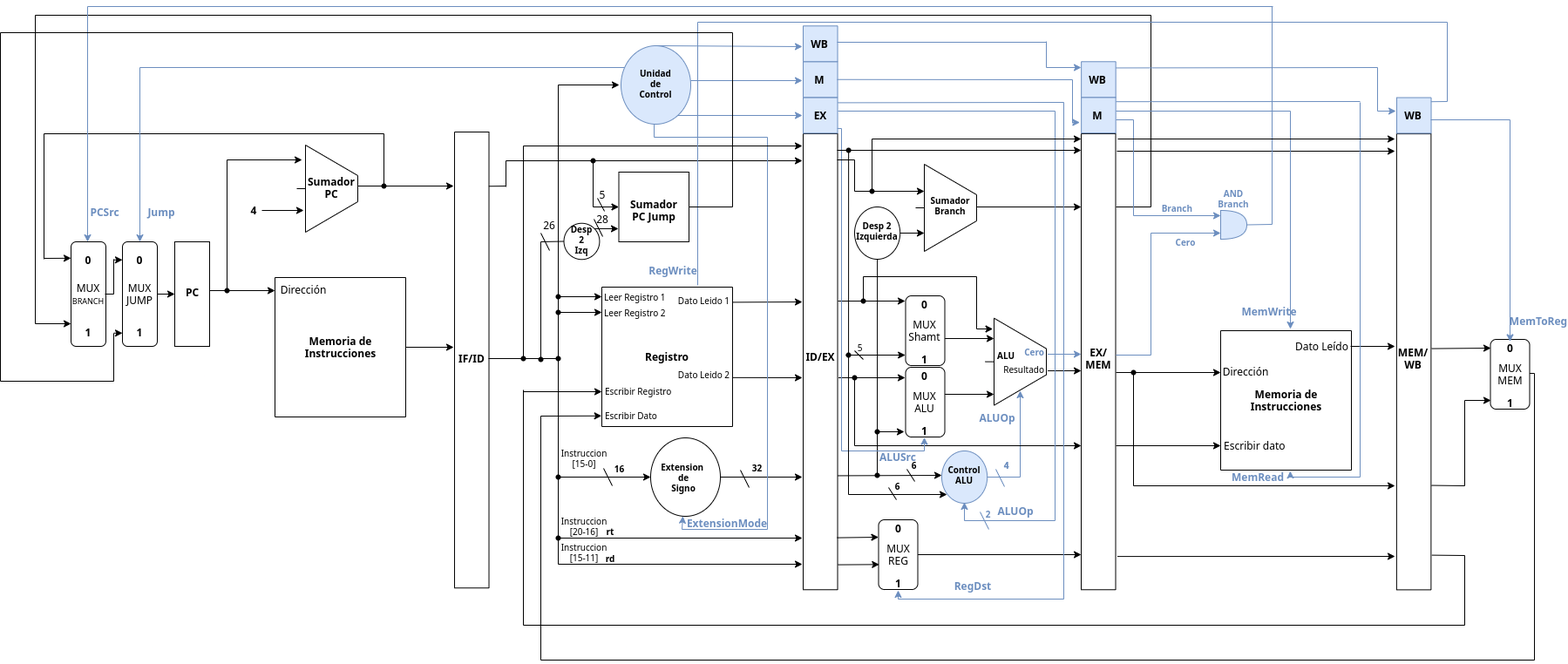
The draw.io diagram books/Arquitectura-MIPS-modificado.png in lucasblanco31/TP4-MIPS, before a commit. Source tidied: cells renumbered, new cells last; positions are measured from the earlier drawing's top-left corner, leaving out a move shared by most shapes.
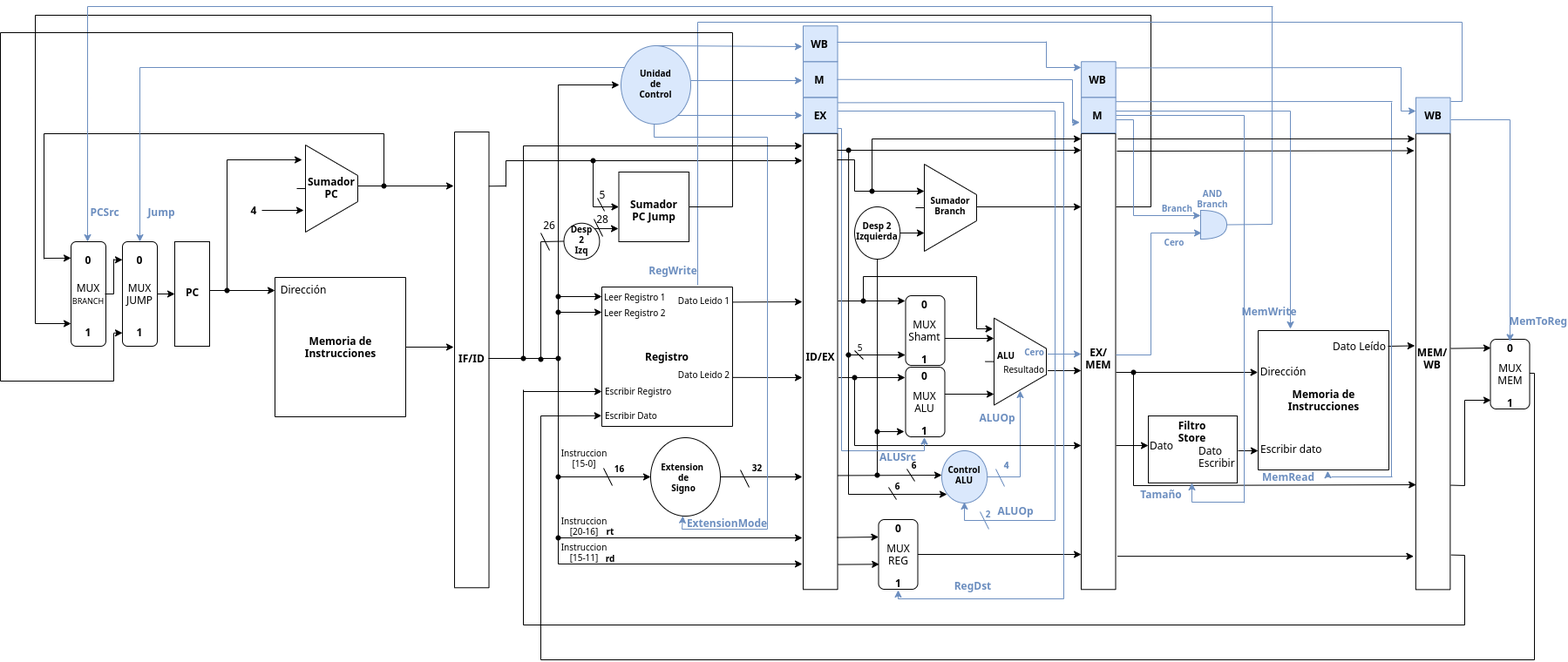
Later version of the same file.

Commit message:
Chore: se crea filtro para instrucciones load. Se agrega filtro store al diagrama de la arquitectura.

Diff of the diagram source:
```diff
@@ -465,7 +465,7 @@
       <mxGeometry x="1239.8" y="394" width="40" height="20" as="geometry" />
     </mxCell>
     <mxCell id="119" style="shape=or;whiteSpace=wrap;html=1;fontSize=10;strokeColor=#6c8ebf;fillColor=#dae8fc;align=left;" parent="1" vertex="1">
-      <mxGeometry x="1400" y="234" width="30" height="33" as="geometry" />
+      <mxGeometry x="1377" y="234" width="30" height="33" as="geometry" />
     </mxCell>
     <mxCell id="120" value="&lt;b&gt;Cero&lt;/b&gt;" style="text;html=1;strokeColor=none;fillColor=none;align=right;verticalAlign=middle;whiteSpace=wrap;rounded=0;fontSize=10;fontColor=#6C8EBF;" parent="1" vertex="1">
       <mxGeometry x="1110" y="386.4" width="90" height="20" as="geometry" />
@@ -477,7 +477,7 @@
       </mxGeometry>
     </mxCell>
     <mxCell id="122" style="group;" parent="1" vertex="1">
-      <mxGeometry x="1280" y="260" width="120" height="140" as="geometry" />
+      <mxGeometry x="1280" y="260" width="129" height="140" as="geometry" />
     </mxCell>
     <mxCell id="123" style="endArrow=none;html=1;fontSize=10;fontColor=#6C8EBF;endSize=6;fillColor=#dae8fc;strokeColor=#6c8ebf;" parent="122" edge="1">
       <mxGeometry relative="1" as="geometry">
@@ -488,7 +488,7 @@
     <mxCell id="124" style="endArrow=classic;html=1;fontSize=10;fontColor=#6C8EBF;endSize=6;fillColor=#dae8fc;strokeColor=#6c8ebf;" parent="122" edge="1">
       <mxGeometry relative="1" as="geometry">
         <mxPoint x="40" as="sourcePoint" />
-        <mxPoint x="120" as="targetPoint" />
+        <mxPoint x="98" as="targetPoint" />
       </mxGeometry>
     </mxCell>
     <mxCell id="125" style="endArrow=none;html=1;fontSize=10;fontColor=#6C8EBF;endSize=6;fillColor=#dae8fc;strokeColor=#6c8ebf;" parent="122" edge="1">
@@ -498,13 +498,13 @@
       </mxGeometry>
     </mxCell>
     <mxCell id="126" value="&lt;b&gt;Cero&lt;/b&gt;" style="text;html=1;strokeColor=none;fillColor=none;align=center;verticalAlign=middle;whiteSpace=wrap;rounded=0;fontSize=10;fontColor=#6C8EBF;" parent="122" vertex="1">
-      <mxGeometry x="60" width="40" height="20" as="geometry" />
+      <mxGeometry x="47" width="40" height="20" as="geometry" />
     </mxCell>
     <mxCell id="127" value="&lt;b&gt;Branch&lt;/b&gt;" style="text;html=1;strokeColor=none;fillColor=none;align=right;verticalAlign=middle;whiteSpace=wrap;rounded=0;fontSize=10;fontColor=#6C8EBF;" parent="1" vertex="1">
       <mxGeometry x="1330" y="221" width="40" height="20" as="geometry" />
     </mxCell>
     <mxCell id="128" style="group;" parent="1" vertex="1">
-      <mxGeometry x="1395" y="377" width="160" height="150" as="geometry" />
+      <mxGeometry x="1438" y="377" width="160" height="150" as="geometry" />
     </mxCell>
     <mxCell id="129" style="rounded=0;whiteSpace=wrap;html=1;rotation=90;" parent="128" vertex="1">
       <mxGeometry width="160" height="150" as="geometry" />
@@ -518,10 +518,9 @@
     <mxCell id="132" value="Dato Leído" style="text;html=1;strokeColor=none;fillColor=none;align=right;verticalAlign=middle;whiteSpace=wrap;rounded=0;" parent="128" vertex="1">
       <mxGeometry x="83" y="3" width="71" height="20" as="geometry" />
     </mxCell>
-    <mxCell id="133" style="endArrow=classic;html=1;fontSize=10;fontColor=#6C8EBF;endSize=6;" parent="1" edge="1">
+    <mxCell id="133" style="endArrow=classic;html=1;fontSize=10;fontColor=#6C8EBF;endSize=6;entryX=0.3;entryY=1.002;entryDx=0;entryDy=0;entryPerimeter=0;" parent="1" edge="1" target="129">
       <mxGeometry relative="1" as="geometry">
         <mxPoint x="1280" y="420" as="sourcePoint" />
-        <mxPoint x="1400" y="420" as="targetPoint" />
       </mxGeometry>
     </mxCell>
     <mxCell id="134" style="endArrow=none;html=1;fontSize=10;fontColor=#6C8EBF;endSize=6;" parent="1" edge="1">
@@ -542,42 +541,38 @@
     <mxCell id="137" style="endArrow=classic;html=1;fontSize=10;fontColor=#6C8EBF;endSize=6;" parent="1" edge="1">
       <mxGeometry relative="1" as="geometry">
         <mxPoint x="1280" y="504" as="sourcePoint" />
-        <mxPoint x="1400" y="504" as="targetPoint" />
+        <mxPoint x="1317" y="504" as="targetPoint" />
       </mxGeometry>
     </mxCell>
     <mxCell id="138" value="Escribir dato" style="text;html=1;strokeColor=none;fillColor=none;align=left;verticalAlign=middle;whiteSpace=wrap;rounded=0;" parent="1" vertex="1">
-      <mxGeometry x="1402" y="494" width="81" height="20" as="geometry" />
+      <mxGeometry x="1444" y="498" width="81" height="20" as="geometry" />
     </mxCell>
     <mxCell id="139" style="rounded=0;whiteSpace=wrap;html=1;rotation=-90;" parent="1" vertex="1">
-      <mxGeometry x="1360" y="388" width="523.2" height="39.5" as="geometry" />
+      <mxGeometry x="1382" y="388" width="523.2" height="39.5" as="geometry" />
     </mxCell>
-    <mxCell id="140" style="endArrow=classic;html=1;fontSize=10;fontColor=#6C8EBF;endSize=6;exitX=1;exitY=0.5;exitDx=0;exitDy=0;" parent="1" edge="1" source="132">
-      <mxGeometry relative="1" as="geometry">
-        <mxPoint x="1600" y="390" as="targetPoint" />
-      </mxGeometry>
+    <mxCell id="140" style="endArrow=classic;html=1;fontSize=10;fontColor=#6C8EBF;endSize=6;exitX=1;exitY=0.5;exitDx=0;exitDy=0;entryX=0.535;entryY=-0.027;entryDx=0;entryDy=0;entryPerimeter=0;" parent="1" edge="1" source="132" target="139">
+      <mxGeometry relative="1" as="geometry" />
     </mxCell>
     <mxCell id="141" style="endArrow=none;html=1;fontSize=10;fontColor=#6C8EBF;endSize=6;" parent="1" edge="1" target="143">
       <mxGeometry relative="1" as="geometry">
         <mxPoint x="1300" y="550" as="sourcePoint" />
       </mxGeometry>
     </mxCell>
-    <mxCell id="142" style="endArrow=classic;html=1;fontSize=10;fontColor=#6C8EBF;endSize=6;" parent="1" edge="1">
+    <mxCell id="142" style="endArrow=classic;html=1;fontSize=10;fontColor=#6C8EBF;endSize=6;entryX=0.23;entryY=0.008;entryDx=0;entryDy=0;entryPerimeter=0;" parent="1" edge="1" target="139">
       <mxGeometry relative="1" as="geometry">
         <mxPoint x="1300" y="550" as="sourcePoint" />
-        <mxPoint x="1600" y="550" as="targetPoint" />
       </mxGeometry>
     </mxCell>
     <mxCell id="143" style="shape=waypoint;sketch=0;fillStyle=solid;size=6;points=[];fillColor=none;perimeter=centerPerimeter;snapToPoint=1;fontSize=10;fontColor=#6C8EBF;strokeColor=#000000;align=right;" parent="1" vertex="1">
       <mxGeometry x="1280" y="400" width="40" height="40" as="geometry" />
     </mxCell>
-    <mxCell id="144" style="endArrow=classic;html=1;fontSize=10;fontColor=#6C8EBF;endSize=6;exitX=0.071;exitY=1.052;exitDx=0;exitDy=0;exitPerimeter=0;" parent="1" edge="1">
+    <mxCell id="144" style="endArrow=classic;html=1;fontSize=10;fontColor=#6C8EBF;endSize=6;exitX=0.071;exitY=1.052;exitDx=0;exitDy=0;exitPerimeter=0;entryX=0.073;entryY=-0.061;entryDx=0;entryDy=0;entryPerimeter=0;" parent="1" edge="1" target="139">
       <mxGeometry relative="1" as="geometry">
         <mxPoint x="1281.6" y="631.1" as="sourcePoint" />
-        <mxPoint x="1600" y="631" as="targetPoint" />
       </mxGeometry>
     </mxCell>
     <mxCell id="145" value="&lt;b&gt;MEM/&lt;br&gt;WB&lt;br&gt;&lt;/b&gt;" style="text;html=1;strokeColor=none;fillColor=none;align=center;verticalAlign=middle;whiteSpace=wrap;rounded=0;" parent="1" vertex="1">
-      <mxGeometry x="1600.8" y="394" width="40" height="20" as="geometry" />
+      <mxGeometry x="1622.8" y="394" width="40" height="20" as="geometry" />
     </mxCell>
     <mxCell id="146" style="group;" parent="1" vertex="1">
       <mxGeometry x="1712" y="377" width="40" height="90" as="geometry" />
@@ -952,10 +947,9 @@
         <mxPoint x="1240" y="165" as="targetPoint" />
       </mxGeometry>
     </mxCell>
-    <mxCell id="222" style="endArrow=classic;html=1;fontSize=12;fontColor=#6C8EBF;endSize=6;exitX=0.935;exitY=1.038;exitDx=0;exitDy=0;exitPerimeter=0;" parent="1" edge="1">
+    <mxCell id="222" style="endArrow=classic;html=1;fontSize=12;fontColor=#6C8EBF;endSize=6;exitX=0.935;exitY=1.038;exitDx=0;exitDy=0;exitPerimeter=0;entryX=0.963;entryY=-0.047;entryDx=0;entryDy=0;entryPerimeter=0;" parent="1" edge="1" target="139">
       <mxGeometry relative="1" as="geometry">
         <mxPoint x="1281" y="166" as="sourcePoint" />
-        <mxPoint x="1600" y="166" as="targetPoint" />
       </mxGeometry>
     </mxCell>
     <mxCell id="223" style="endArrow=none;html=1;fontSize=12;fontColor=#6C8EBF;endSize=6;exitX=0.521;exitY=0.991;exitDx=0;exitDy=0;exitPerimeter=0;" parent="1" edge="1" source="224">
@@ -1002,11 +996,11 @@
     <mxCell id="232" style="endArrow=classic;html=1;fontSize=12;fontColor=#6C8EBF;endSize=6;fillColor=#dae8fc;strokeColor=#6c8ebf;" parent="1" edge="1">
       <mxGeometry relative="1" as="geometry">
         <mxPoint x="1300" y="240" as="sourcePoint" />
-        <mxPoint x="1400" y="240" as="targetPoint" />
+        <mxPoint x="1377" y="240" as="targetPoint" />
       </mxGeometry>
     </mxCell>
     <mxCell id="233" value="&lt;b&gt;AND&lt;br&gt;Branch&lt;/b&gt;" style="text;html=1;strokeColor=none;fillColor=none;align=center;verticalAlign=middle;whiteSpace=wrap;rounded=0;fontSize=10;fontColor=#6C8EBF;" parent="1" vertex="1">
-      <mxGeometry x="1395" y="210" width="40" height="20" as="geometry" />
+      <mxGeometry x="1371" y="210" width="40" height="20" as="geometry" />
     </mxCell>
     <mxCell id="234" style="endArrow=none;html=1;fontSize=12;fontColor=#6C8EBF;endSize=6;fillColor=#dae8fc;strokeColor=#6c8ebf;" parent="1" edge="1">
       <mxGeometry relative="1" as="geometry">
@@ -1086,12 +1080,12 @@
       </mxGeometry>
     </mxCell>
     <mxCell id="253" value="&lt;b&gt;MemRead&lt;/b&gt;" style="text;html=1;strokeColor=none;fillColor=none;align=center;verticalAlign=middle;whiteSpace=wrap;rounded=0;fontSize=12;fontColor=#6C8EBF;" parent="1" vertex="1">
-      <mxGeometry x="1423" y="530" width="40" height="20" as="geometry" />
+      <mxGeometry x="1458" y="530" width="40" height="20" as="geometry" />
     </mxCell>
     <mxCell id="254" style="endArrow=none;html=1;fontSize=12;fontColor=#6C8EBF;endSize=6;fillColor=#dae8fc;strokeColor=#6c8ebf;" parent="1" edge="1">
       <mxGeometry relative="1" as="geometry">
-        <mxPoint x="1560" y="540" as="sourcePoint" />
-        <mxPoint x="1560" y="110" as="targetPoint" />
+        <mxPoint x="1596" y="540" as="sourcePoint" />
+        <mxPoint x="1596" y="110" as="targetPoint" />
       </mxGeometry>
     </mxCell>
     <mxCell id="255" style="endArrow=classic;html=1;fontSize=12;fontColor=#6C8EBF;endSize=6;fillColor=#dae8fc;strokeColor=#6c8ebf;" parent="1" edge="1">
@@ -1102,49 +1096,48 @@
     </mxCell>
     <mxCell id="256" style="endArrow=none;html=1;fontSize=12;fontColor=#6C8EBF;endSize=6;exitX=0.88;exitY=1.008;exitDx=0;exitDy=0;exitPerimeter=0;fillColor=#dae8fc;strokeColor=#6c8ebf;" parent="1" edge="1" source="198">
       <mxGeometry relative="1" as="geometry">
-        <mxPoint x="1560" y="109" as="targetPoint" />
+        <mxPoint x="1597" y="109" as="targetPoint" />
       </mxGeometry>
     </mxCell>
     <mxCell id="257" style="endArrow=none;html=1;fontSize=12;fontColor=#6C8EBF;endSize=6;fillColor=#dae8fc;strokeColor=#6c8ebf;" parent="1" edge="1">
       <mxGeometry relative="1" as="geometry">
-        <mxPoint x="1480" y="540" as="sourcePoint" />
-        <mxPoint x="1560" y="540" as="targetPoint" />
+        <mxPoint x="1527" y="540" as="sourcePoint" />
+        <mxPoint x="1597" y="540" as="targetPoint" />
       </mxGeometry>
     </mxCell>
     <mxCell id="258" style="endArrow=classic;html=1;fontSize=12;fontColor=#6C8EBF;endSize=6;entryX=1.007;entryY=0.468;entryDx=0;entryDy=0;entryPerimeter=0;fillColor=#dae8fc;strokeColor=#6c8ebf;" parent="1" edge="1" target="129">
       <mxGeometry relative="1" as="geometry">
-        <mxPoint x="1480" y="540" as="sourcePoint" />
+        <mxPoint x="1523" y="540" as="sourcePoint" />
       </mxGeometry>
     </mxCell>
     <mxCell id="259" value="&lt;b&gt;MemWrite&lt;/b&gt;" style="text;html=1;strokeColor=none;fillColor=none;align=center;verticalAlign=middle;whiteSpace=wrap;rounded=0;fontSize=12;fontColor=#6C8EBF;" parent="1" vertex="1">
       <mxGeometry x="1436" y="340" width="40" height="20" as="geometry" />
     </mxCell>
     <mxCell id="260" style="rounded=0;whiteSpace=wrap;html=1;rotation=-90;fillColor=#dae8fc;strokeColor=#6c8ebf;" parent="1" vertex="1">
-      <mxGeometry x="1601.3" y="105.2" width="40.9" height="39.5" as="geometry" />
+      <mxGeometry x="1623.3" y="105.2" width="40.9" height="39.5" as="geometry" />
     </mxCell>
     <mxCell id="261" value="&lt;font color=&quot;#000000&quot; style=&quot;font-size: 12px&quot;&gt;&lt;b style=&quot;font-size: 12px&quot;&gt;WB&lt;/b&gt;&lt;/font&gt;" style="text;html=1;strokeColor=none;fillColor=none;align=center;verticalAlign=middle;whiteSpace=wrap;rounded=0;fontSize=12;fontColor=#6C8EBF;" parent="1" vertex="1">
-      <mxGeometry x="1601" y="115" width="40" height="20" as="geometry" />
+      <mxGeometry x="1624" y="115" width="40" height="20" as="geometry" />
     </mxCell>
     <mxCell id="262" style="endArrow=none;html=1;fontSize=12;fontColor=#6C8EBF;endSize=6;exitX=0.825;exitY=1;exitDx=0;exitDy=0;exitPerimeter=0;fillColor=#dae8fc;strokeColor=#6c8ebf;" parent="1" edge="1" source="199">
       <mxGeometry relative="1" as="geometry">
-        <mxPoint x="1580" y="70" as="targetPoint" />
+        <mxPoint x="1607" y="70" as="targetPoint" />
       </mxGeometry>
     </mxCell>
     <mxCell id="263" style="endArrow=none;html=1;fontSize=12;fontColor=#6C8EBF;endSize=6;fillColor=#dae8fc;strokeColor=#6c8ebf;" parent="1" edge="1">
       <mxGeometry relative="1" as="geometry">
-        <mxPoint x="1580" y="70" as="sourcePoint" />
-        <mxPoint x="1580" y="120" as="targetPoint" />
+        <mxPoint x="1607" y="70" as="sourcePoint" />
+        <mxPoint x="1607" y="120" as="targetPoint" />
       </mxGeometry>
     </mxCell>
     <mxCell id="264" style="endArrow=classic;html=1;fontSize=12;fontColor=#6C8EBF;endSize=6;entryX=0;entryY=0.25;entryDx=0;entryDy=0;fillColor=#dae8fc;strokeColor=#6c8ebf;" parent="1" edge="1" target="261">
       <mxGeometry relative="1" as="geometry">
-        <mxPoint x="1580" y="120" as="sourcePoint" />
+        <mxPoint x="1607" y="120" as="sourcePoint" />
       </mxGeometry>
     </mxCell>
-    <mxCell id="265" style="endArrow=classic;html=1;fontSize=12;fontColor=#6C8EBF;endSize=6;" parent="1" edge="1">
+    <mxCell id="265" style="endArrow=classic;html=1;fontSize=12;fontColor=#6C8EBF;endSize=6;entryX=0.989;entryY=-0.022;entryDx=0;entryDy=0;entryPerimeter=0;" parent="1" edge="1" target="139">
       <mxGeometry relative="1" as="geometry">
         <mxPoint x="1282" y="152" as="sourcePoint" />
-        <mxPoint x="1600" y="152" as="targetPoint" />
       </mxGeometry>
     </mxCell>
     <mxCell id="266" style="endArrow=classic;html=1;fontSize=12;fontColor=#6C8EBF;endSize=6;" parent="1" edge="1">
@@ -1178,18 +1171,19 @@
     <mxCell id="272" style="endArrow=none;html=1;fontSize=12;fontColor=#6C8EBF;endSize=6;fillColor=#dae8fc;strokeColor=#6c8ebf;" parent="1" edge="1">
       <mxGeometry relative="1" as="geometry">
         <mxPoint x="800" y="18" as="sourcePoint" />
-        <mxPoint x="1660" y="18" as="targetPoint" />
+        <mxPoint x="1677" y="18" as="targetPoint" />
       </mxGeometry>
     </mxCell>
     <mxCell id="273" style="endArrow=none;html=1;fontSize=12;fontColor=#6C8EBF;endSize=6;fillColor=#dae8fc;strokeColor=#6c8ebf;" parent="1" edge="1">
       <mxGeometry relative="1" as="geometry">
-        <mxPoint x="1660" y="109" as="sourcePoint" />
-        <mxPoint x="1660" y="18" as="targetPoint" />
+        <mxPoint x="1677" y="109" as="sourcePoint" />
+        <mxPoint x="1677" y="18" as="targetPoint" />
       </mxGeometry>
     </mxCell>
-    <mxCell id="274" style="endArrow=none;html=1;fontSize=12;fontColor=#6C8EBF;endSize=6;exitX=0.886;exitY=0.997;exitDx=0;exitDy=0;exitPerimeter=0;fillColor=#dae8fc;strokeColor=#6c8ebf;" parent="1" edge="1" source="260">
+    <mxCell id="274" style="endArrow=none;html=1;fontSize=12;fontColor=#6C8EBF;endSize=6;fillColor=#dae8fc;strokeColor=#6c8ebf;entryX=0.891;entryY=0.835;entryDx=0;entryDy=0;entryPerimeter=0;" parent="1" edge="1">
       <mxGeometry relative="1" as="geometry">
-        <mxPoint x="1660" y="109" as="targetPoint" />
+        <mxPoint x="1677" y="109" as="sourcePoint" />
+        <mxPoint x="1664" y="109" as="targetPoint" />
       </mxGeometry>
     </mxCell>
     <mxCell id="275" style="endArrow=none;html=1;fontSize=12;fontColor=#6C8EBF;endSize=6;fillColor=#dae8fc;strokeColor=#6c8ebf;" parent="1" edge="1">
@@ -1362,5 +1356,50 @@
         <mxPoint x="130" y="375" as="targetPoint" />
       </mxGeometry>
     </mxCell>
+    <mxCell id="311" style="rounded=0;whiteSpace=wrap;html=1;" parent="1" vertex="1">
+      <mxGeometry x="1317" y="470" width="102" height="76.9" as="geometry" />
+    </mxCell>
+    <mxCell id="312" value="Filtro&lt;br&gt;Store" style="text;html=1;align=center;verticalAlign=middle;strokeColor=none;fontStyle=1;" parent="1" vertex="1">
+      <mxGeometry x="1342" y="473" width="50" height="30" as="geometry" />
+    </mxCell>
+    <mxCell id="313" value="Dato" style="text;html=1;strokeColor=none;fillColor=none;align=left;verticalAlign=middle;whiteSpace=wrap;rounded=0;" parent="1" vertex="1">
+      <mxGeometry x="1317" y="494" width="30" height="20" as="geometry" />
+    </mxCell>
+    <mxCell id="314" value="Dato&lt;br&gt;Escribir" style="text;html=1;strokeColor=none;fillColor=none;align=left;verticalAlign=middle;whiteSpace=wrap;rounded=0;" parent="1" vertex="1">
+      <mxGeometry x="1373" y="506.9" width="30" height="20" as="geometry" />
+    </mxCell>
+    <mxCell id="315" style="endArrow=classic;html=1;fontSize=10;fontColor=#6C8EBF;endSize=6;exitX=1;exitY=0.5;exitDx=0;exitDy=0;" parent="1" edge="1">
+      <mxGeometry relative="1" as="geometry">
+        <mxPoint x="1420" y="510" as="sourcePoint" />
+        <mxPoint x="1443" y="510" as="targetPoint" />
+      </mxGeometry>
+    </mxCell>
+    <mxCell id="316" style="endArrow=none;html=1;fontSize=12;fontColor=#6C8EBF;endSize=6;fillColor=#dae8fc;strokeColor=#6c8ebf;" parent="1" edge="1">
+      <mxGeometry relative="1" as="geometry">
+        <mxPoint x="1280" y="125" as="sourcePoint" />
+        <mxPoint x="1427" y="125" as="targetPoint" />
+      </mxGeometry>
+    </mxCell>
+    <mxCell id="317" style="endArrow=none;html=1;fontSize=12;fontColor=#6C8EBF;endSize=6;fillColor=#dae8fc;strokeColor=#6c8ebf;" parent="1" edge="1">
+      <mxGeometry relative="1" as="geometry">
+        <mxPoint x="1427" y="570" as="sourcePoint" />
+        <mxPoint x="1427" y="125" as="targetPoint" />
+      </mxGeometry>
+    </mxCell>
+    <mxCell id="318" style="endArrow=none;html=1;fontSize=12;fontColor=#6C8EBF;endSize=6;fillColor=#dae8fc;strokeColor=#6c8ebf;" parent="1" edge="1">
+      <mxGeometry relative="1" as="geometry">
+        <mxPoint x="1367" y="569" as="sourcePoint" />
+        <mxPoint x="1427" y="569" as="targetPoint" />
+      </mxGeometry>
+    </mxCell>
+    <mxCell id="319" style="endArrow=classic;html=1;fontSize=12;fontColor=#6C8EBF;endSize=6;fillColor=#dae8fc;strokeColor=#6c8ebf;" parent="1" edge="1">
+      <mxGeometry relative="1" as="geometry">
+        <mxPoint x="1367" y="569" as="sourcePoint" />
+        <mxPoint x="1367" y="547" as="targetPoint" />
+      </mxGeometry>
+    </mxCell>
+    <mxCell id="320" value="&lt;b&gt;Tamaño&lt;/b&gt;" style="text;html=1;strokeColor=none;fillColor=none;align=center;verticalAlign=middle;whiteSpace=wrap;rounded=0;fontSize=12;fontColor=#6C8EBF;" parent="1" vertex="1">
+      <mxGeometry x="1312" y="550" width="40" height="20" as="geometry" />
+    </mxCell>
   </root>
 </mxGraphModel>
```
